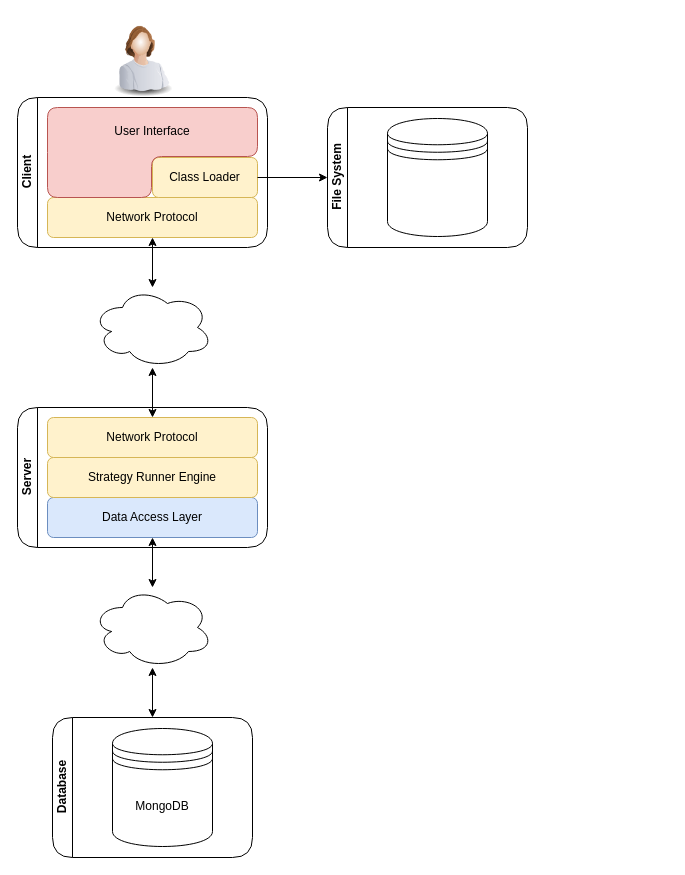
Before: drawio/arch.drawio in nferrante1/lsmsd2, a draw.io diagram. Source tidied: cells renumbered, new cells numbered last; positions are measured from the earlier drawing's top-left corner, leaving out a move shared by most shapes. Both pictures are drawn from the tidied source at 100%, with x=0, y=0 at pixel (17, 17).
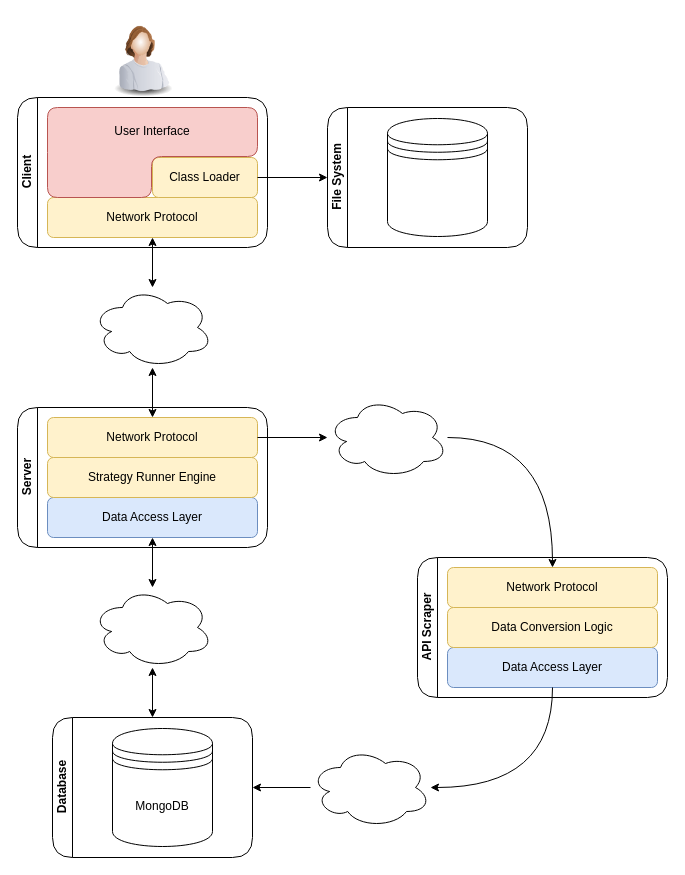
Above is the later version.

Commit message:
Add API Scraper to arch diagram

The change refers to these unchanged cells:
```xml
<mxCell id="13" value="Network Protocol" style="rounded=1;whiteSpace=wrap;html=1;imageAspect=1;fillColor=#fff2cc;strokeColor=#d6b656;" parent="12" vertex="1">
  <mxGeometry x="30" y="10" width="210" height="40" as="geometry" />
</mxCell>
<mxCell id="16" value="Database" style="swimlane;html=1;startSize=20;horizontal=0;horizontalTree=1;containerType=tree;rounded=1;shadow=0;glass=0;comic=0;fillColor=#ffffff;arcSize=37;" parent="1" vertex="1">
  <mxGeometry x="35" y="700" width="200" height="140" as="geometry" />
</mxCell>
```

Diff of the diagram source:
```diff
@@
+    <mxCell id="22" value="API Scraper" style="swimlane;html=1;startSize=20;horizontal=0;horizontalTree=1;containerType=tree;rounded=1;shadow=0;glass=0;comic=0;fillColor=#ffffff;arcSize=37;" parent="1" vertex="1">
+      <mxGeometry x="400" y="540" width="250" height="140" as="geometry" />
+    </mxCell>
+    <mxCell id="23" value="Network Protocol" style="rounded=1;whiteSpace=wrap;html=1;imageAspect=1;fillColor=#fff2cc;strokeColor=#d6b656;" parent="22" vertex="1">
+      <mxGeometry x="30" y="10" width="210" height="40" as="geometry" />
+    </mxCell>
+    <mxCell id="24" value="Data Access Layer" style="rounded=1;whiteSpace=wrap;html=1;imageAspect=1;fillColor=#dae8fc;strokeColor=#6c8ebf;" parent="22" vertex="1">
+      <mxGeometry x="30" y="90" width="210" height="40" as="geometry" />
+    </mxCell>
+    <mxCell id="25" value="Data Conversion Logic" style="rounded=1;whiteSpace=wrap;html=1;imageAspect=1;fillColor=#fff2cc;strokeColor=#d6b656;" parent="22" vertex="1">
+      <mxGeometry x="30" y="50" width="210" height="40" as="geometry" />
+    </mxCell>
+    <mxCell id="26" style="edgeStyle=orthogonalEdgeStyle;curved=1;rounded=0;jettySize=auto;html=1;startArrow=none;startFill=0;" parent="1" edge="1" source="27" target="23">
+      <mxGeometry relative="1" as="geometry">
+        <Array as="points">
+          <mxPoint x="535" y="420" />
+        </Array>
+      </mxGeometry>
+    </mxCell>
+    <mxCell id="27" style="ellipse;shape=cloud;whiteSpace=wrap;html=1;rounded=1;shadow=0;glass=0;comic=0;startSize=20;fillColor=#ffffff;" parent="1" vertex="1">
+      <mxGeometry x="310" y="380" width="120" height="80" as="geometry" />
+    </mxCell>
+    <mxCell id="28" style="edgeStyle=none;rounded=0;jettySize=auto;html=1;startArrow=none;startFill=0;" parent="1" edge="1" source="29" target="16">
+      <mxGeometry relative="1" as="geometry" />
+    </mxCell>
+    <mxCell id="29" style="ellipse;shape=cloud;whiteSpace=wrap;html=1;rounded=1;shadow=0;glass=0;comic=0;startSize=20;fillColor=#ffffff;" parent="1" vertex="1">
+      <mxGeometry x="293" y="730" width="120" height="80" as="geometry" />
+    </mxCell>
+    <mxCell id="30" style="rounded=0;jettySize=auto;html=1;startArrow=none;startFill=0;" parent="1" edge="1" source="13" target="27">
+      <mxGeometry relative="1" as="geometry" />
+    </mxCell>
+    <mxCell id="31" style="edgeStyle=orthogonalEdgeStyle;curved=1;rounded=0;jettySize=auto;html=1;startArrow=none;startFill=0;" parent="1" edge="1" source="24" target="29">
+      <mxGeometry relative="1" as="geometry">
+        <Array as="points">
+          <mxPoint x="535" y="770" />
+        </Array>
+      </mxGeometry>
+    </mxCell>
```
